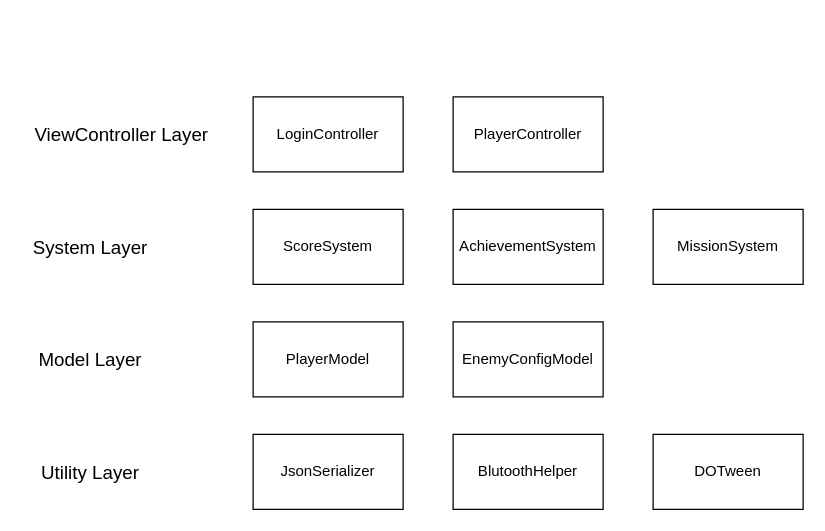
The draw.io diagram docs/en_GB/qframework.drawio in xinatcg/QFramework, before the edit. Source tidied: cells renumbered, new cells numbered last; positions are measured from the earlier drawing's top-left corner, leaving out a move shared by most shapes. Both pictures are drawn from the tidied source at 125%, with x=0, y=0 at pixel (21, 96).
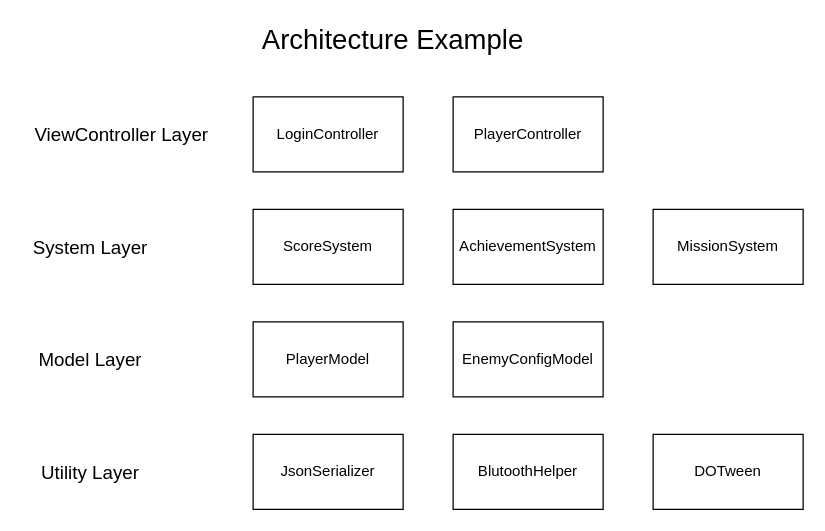
Above is the later version.

Commit message:
doc: architecture diagram Update qframework.drawio

Diff of the diagram source:
```diff
@@
 <mxGraphModel>
   <root>
     <mxCell id="0" />
     <mxCell id="1" parent="0" />
     <mxCell id="2" value="LoginController" style="rounded=0;whiteSpace=wrap;html=1;" parent="1" vertex="1">
       <mxGeometry x="185" width="120" height="60" as="geometry" />
     </mxCell>
     <mxCell id="3" value="PlayerController" style="rounded=0;whiteSpace=wrap;html=1;" parent="1" vertex="1">
       <mxGeometry x="345" width="120" height="60" as="geometry" />
     </mxCell>
     <mxCell id="4" value="ScoreSystem" style="rounded=0;whiteSpace=wrap;html=1;" parent="1" vertex="1">
       <mxGeometry x="185" y="90" width="120" height="60" as="geometry" />
     </mxCell>
     <mxCell id="5" value="AchievementSystem" style="rounded=0;whiteSpace=wrap;html=1;" parent="1" vertex="1">
       <mxGeometry x="345" y="90" width="120" height="60" as="geometry" />
     </mxCell>
     <mxCell id="6" value="MissionSystem" style="rounded=0;whiteSpace=wrap;html=1;" parent="1" vertex="1">
       <mxGeometry x="505" y="90" width="120" height="60" as="geometry" />
     </mxCell>
     <mxCell id="7" value="PlayerModel" style="rounded=0;whiteSpace=wrap;html=1;" parent="1" vertex="1">
       <mxGeometry x="185" y="180" width="120" height="60" as="geometry" />
     </mxCell>
     <mxCell id="8" value="EnemyConfigModel" style="rounded=0;whiteSpace=wrap;html=1;" parent="1" vertex="1">
       <mxGeometry x="345" y="180" width="120" height="60" as="geometry" />
     </mxCell>
     <mxCell id="9" value="JsonSerializer" style="rounded=0;whiteSpace=wrap;html=1;" parent="1" vertex="1">
       <mxGeometry x="185" y="270" width="120" height="60" as="geometry" />
     </mxCell>
     <mxCell id="10" value="BlutoothHelper" style="rounded=0;whiteSpace=wrap;html=1;" parent="1" vertex="1">
       <mxGeometry x="345" y="270" width="120" height="60" as="geometry" />
     </mxCell>
     <mxCell id="11" value="DOTween" style="rounded=0;whiteSpace=wrap;html=1;" parent="1" vertex="1">
       <mxGeometry x="505" y="270" width="120" height="60" as="geometry" />
     </mxCell>
     <mxCell id="12" value="Utility Layer" style="text;html=1;strokeColor=none;fillColor=none;align=center;verticalAlign=middle;whiteSpace=wrap;rounded=0;fontSize=15;" parent="1" vertex="1">
       <mxGeometry y="285" width="110" height="30" as="geometry" />
     </mxCell>
     <mxCell id="13" value="Model Layer" style="text;html=1;strokeColor=none;fillColor=none;align=center;verticalAlign=middle;whiteSpace=wrap;rounded=0;fontSize=15;" parent="1" vertex="1">
       <mxGeometry y="195" width="110" height="30" as="geometry" />
     </mxCell>
     <mxCell id="14" value="System Layer" style="text;html=1;strokeColor=none;fillColor=none;align=center;verticalAlign=middle;whiteSpace=wrap;rounded=0;fontSize=15;" parent="1" vertex="1">
       <mxGeometry y="105" width="110" height="30" as="geometry" />
     </mxCell>
     <mxCell id="15" value="ViewController Layer" style="text;html=1;strokeColor=none;fillColor=none;align=center;verticalAlign=middle;whiteSpace=wrap;rounded=0;fontSize=15;" parent="1" vertex="1">
       <mxGeometry y="15" width="160" height="30" as="geometry" />
     </mxCell>
+    <mxCell id="16" value="Architecture Example" style="text;html=1;strokeColor=none;fillColor=none;align=center;verticalAlign=middle;whiteSpace=wrap;rounded=0;fontSize=22;" parent="1" vertex="1">
+      <mxGeometry x="110" y="-60" width="374" height="30" as="geometry" />
+    </mxCell>
   </root>
 </mxGraphModel>
```
